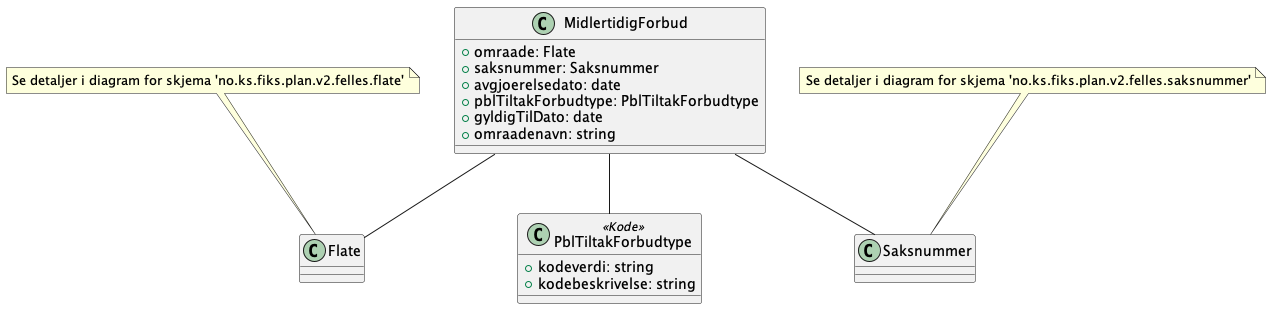
ks-no/fiks-plan-specification keeps this PlantUML diagram as Dokumentasjon/V2/ClassDiagrams/no.ks.fiks.plan.v2.felles.midlertidigforbud/midlertidigforbud.png. Above is the earlier version.
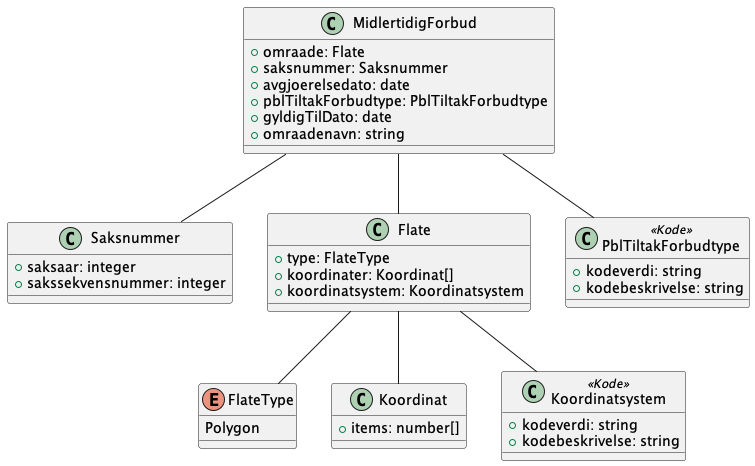
The same diagram one commit later.

Change to the diagram source:
```diff
@@ -1,4 +1,7 @@
 @startuml
+!include ./../no.ks.fiks.plan.v2.felles.saksnummer/saksnummer.pu
+!include ./../no.ks.fiks.plan.v2.felles.flate/flate.pu
+
 class MidlertidigForbud {
     +omraade: Flate
     +saksnummer: Saksnummer
@@ -12,9 +15,6 @@
 MidlertidigForbud -- Saksnummer
 MidlertidigForbud -- PblTiltakForbudtype
 
-note top of Flate : Se detaljer i diagram for skjema 'no.ks.fiks.plan.v2.felles.flate'
-note top of Saksnummer : Se detaljer i diagram for skjema 'no.ks.fiks.plan.v2.felles.saksnummer'
-
 class PblTiltakForbudtype <<Kode>> {
     +kodeverdi: string
     +kodebeskrivelse: string
```
